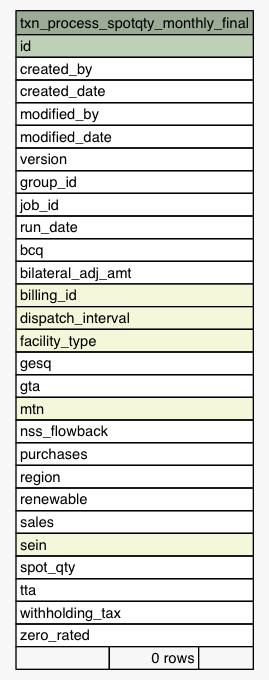
Above: Data/settlement/diagrams/summary/txn_process_spotqty_monthly_final.1degree.png in eyana-m/python-data-dictionary-writer (Graphviz), before the change. Its source is kept beside it as Data/settlement/diagrams/summary/txn_process_spotqty_monthly_final.1degree.dot. The source it was exported from:
```dot
digraph "txn_process_spotqty_monthly_final" {
  graph [
    rankdir="RL"
    bgcolor="#f7f7f7"
    nodesep="0.18"
    ranksep="0.46"
    fontname="Helvetica"
    fontsize="11"
  ];
  node [
    fontname="Helvetica"
    fontsize="11"
    shape="plaintext"
  ];
  edge [
    arrowsize="0.8"
  ];
  "txn_process_spotqty_monthly_final" [
    label=<
    <TABLE BORDER="0" CELLBORDER="1" CELLSPACING="0" BGCOLOR="#ffffff">
      <TR><TD COLSPAN="3" BGCOLOR="#9bab96" ALIGN="CENTER">txn_process_spotqty_monthly_final</TD></TR>
      <TR><TD PORT="id" COLSPAN="3" BGCOLOR="#bed1b8" ALIGN="LEFT">id</TD></TR>
      <TR><TD PORT="created_by" COLSPAN="3" ALIGN="LEFT">created_by</TD></TR>
      <TR><TD PORT="created_date" COLSPAN="3" ALIGN="LEFT">created_date</TD></TR>
      <TR><TD PORT="modified_by" COLSPAN="3" ALIGN="LEFT">modified_by</TD></TR>
      <TR><TD PORT="modified_date" COLSPAN="3" ALIGN="LEFT">modified_date</TD></TR>
      <TR><TD PORT="version" COLSPAN="3" ALIGN="LEFT">version</TD></TR>
      <TR><TD PORT="group_id" COLSPAN="3" ALIGN="LEFT">group_id</TD></TR>
      <TR><TD PORT="job_id" COLSPAN="3" ALIGN="LEFT">job_id</TD></TR>
      <TR><TD PORT="run_date" COLSPAN="3" ALIGN="LEFT">run_date</TD></TR>
      <TR><TD PORT="bcq" COLSPAN="3" ALIGN="LEFT">bcq</TD></TR>
      <TR><TD PORT="bilateral_adj_amt" COLSPAN="3" ALIGN="LEFT">bilateral_adj_amt</TD></TR>
      <TR><TD PORT="billing_id" COLSPAN="3" BGCOLOR="#f4f7da" ALIGN="LEFT">billing_id</TD></TR>
      <TR><TD PORT="dispatch_interval" COLSPAN="3" BGCOLOR="#f4f7da" ALIGN="LEFT">dispatch_interval</TD></TR>
      <TR><TD PORT="facility_type" COLSPAN="3" BGCOLOR="#f4f7da" ALIGN="LEFT">facility_type</TD></TR>
      <TR><TD PORT="gesq" COLSPAN="3" ALIGN="LEFT">gesq</TD></TR>
      <TR><TD PORT="gta" COLSPAN="3" ALIGN="LEFT">gta</TD></TR>
      <TR><TD PORT="mtn" COLSPAN="3" BGCOLOR="#f4f7da" ALIGN="LEFT">mtn</TD></TR>
      <TR><TD PORT="nss_flowback" COLSPAN="3" ALIGN="LEFT">nss_flowback</TD></TR>
      <TR><TD PORT="purchases" COLSPAN="3" ALIGN="LEFT">purchases</TD></TR>
      <TR><TD PORT="region" COLSPAN="3" ALIGN="LEFT">region</TD></TR>
      <TR><TD PORT="renewable" COLSPAN="3" ALIGN="LEFT">renewable</TD></TR>
      <TR><TD PORT="sales" COLSPAN="3" ALIGN="LEFT">sales</TD></TR>
      <TR><TD PORT="sein" COLSPAN="3" BGCOLOR="#f4f7da" ALIGN="LEFT">sein</TD></TR>
      <TR><TD PORT="spot_qty" COLSPAN="3" ALIGN="LEFT">spot_qty</TD></TR>
      <TR><TD PORT="tta" COLSPAN="3" ALIGN="LEFT">tta</TD></TR>
      <TR><TD PORT="withholding_tax" COLSPAN="3" ALIGN="LEFT">withholding_tax</TD></TR>
      <TR><TD PORT="zero_rated" COLSPAN="3" ALIGN="LEFT">zero_rated</TD></TR>
      <TR><TD ALIGN="LEFT" BGCOLOR="#f7f7f7">  </TD><TD ALIGN="RIGHT" BGCOLOR="#f7f7f7">0 rows</TD><TD ALIGN="RIGHT" BGCOLOR="#f7f7f7">  </TD></TR>
    </TABLE>>
    URL="tables/txn_process_spotqty_monthly_final.html"
    tooltip="txn_process_spotqty_monthly_final"
  ];
}
```
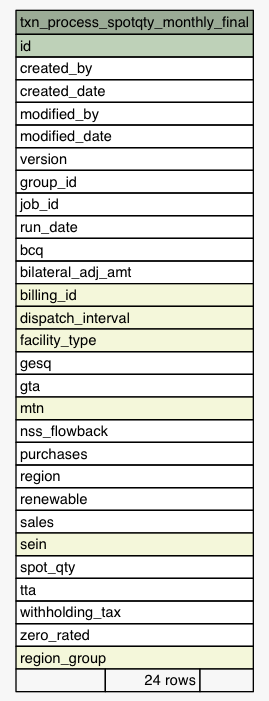
Later version of the same file.

Change to the diagram source:
```diff
@@ -46,7 +46,8 @@
       <TR><TD PORT="tta" COLSPAN="3" ALIGN="LEFT">tta</TD></TR>
       <TR><TD PORT="withholding_tax" COLSPAN="3" ALIGN="LEFT">withholding_tax</TD></TR>
       <TR><TD PORT="zero_rated" COLSPAN="3" ALIGN="LEFT">zero_rated</TD></TR>
-      <TR><TD ALIGN="LEFT" BGCOLOR="#f7f7f7">  </TD><TD ALIGN="RIGHT" BGCOLOR="#f7f7f7">0 rows</TD><TD ALIGN="RIGHT" BGCOLOR="#f7f7f7">  </TD></TR>
+      <TR><TD PORT="region_group" COLSPAN="3" BGCOLOR="#f4f7da" ALIGN="LEFT">region_group</TD></TR>
+      <TR><TD ALIGN="LEFT" BGCOLOR="#f7f7f7">  </TD><TD ALIGN="RIGHT" BGCOLOR="#f7f7f7">24 rows</TD><TD ALIGN="RIGHT" BGCOLOR="#f7f7f7">  </TD></TR>
     </TABLE>>
     URL="tables/txn_process_spotqty_monthly_final.html"
     tooltip="txn_process_spotqty_monthly_final"
```
